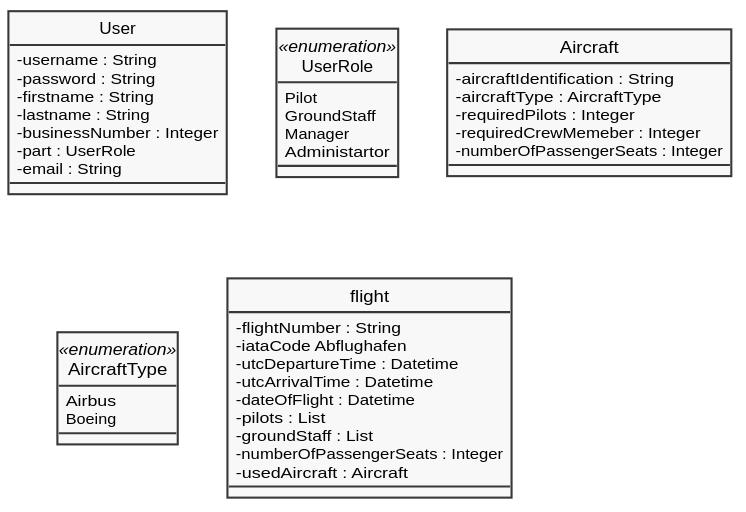
Earlier version of the PlantUML export diagram/class.svg (calvingehrer/AustrianAirlines).
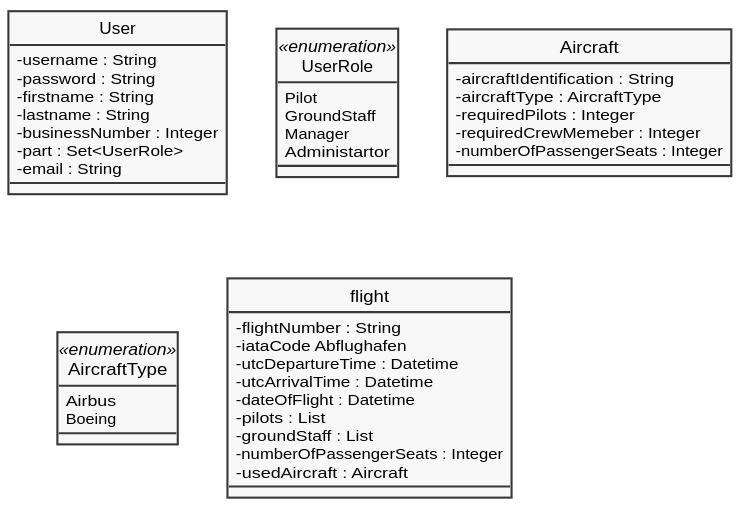
The same file after the commit.

Commit message:
changed class diagramm

What changed in the source:
```diff
@@ -10,7 +10,7 @@
     - firstname : String
     - lastname : String
     - businessNumber : Integer
-    - part : UserRole
+    - part : Set<UserRole>
     - email : String
 }
 
```
